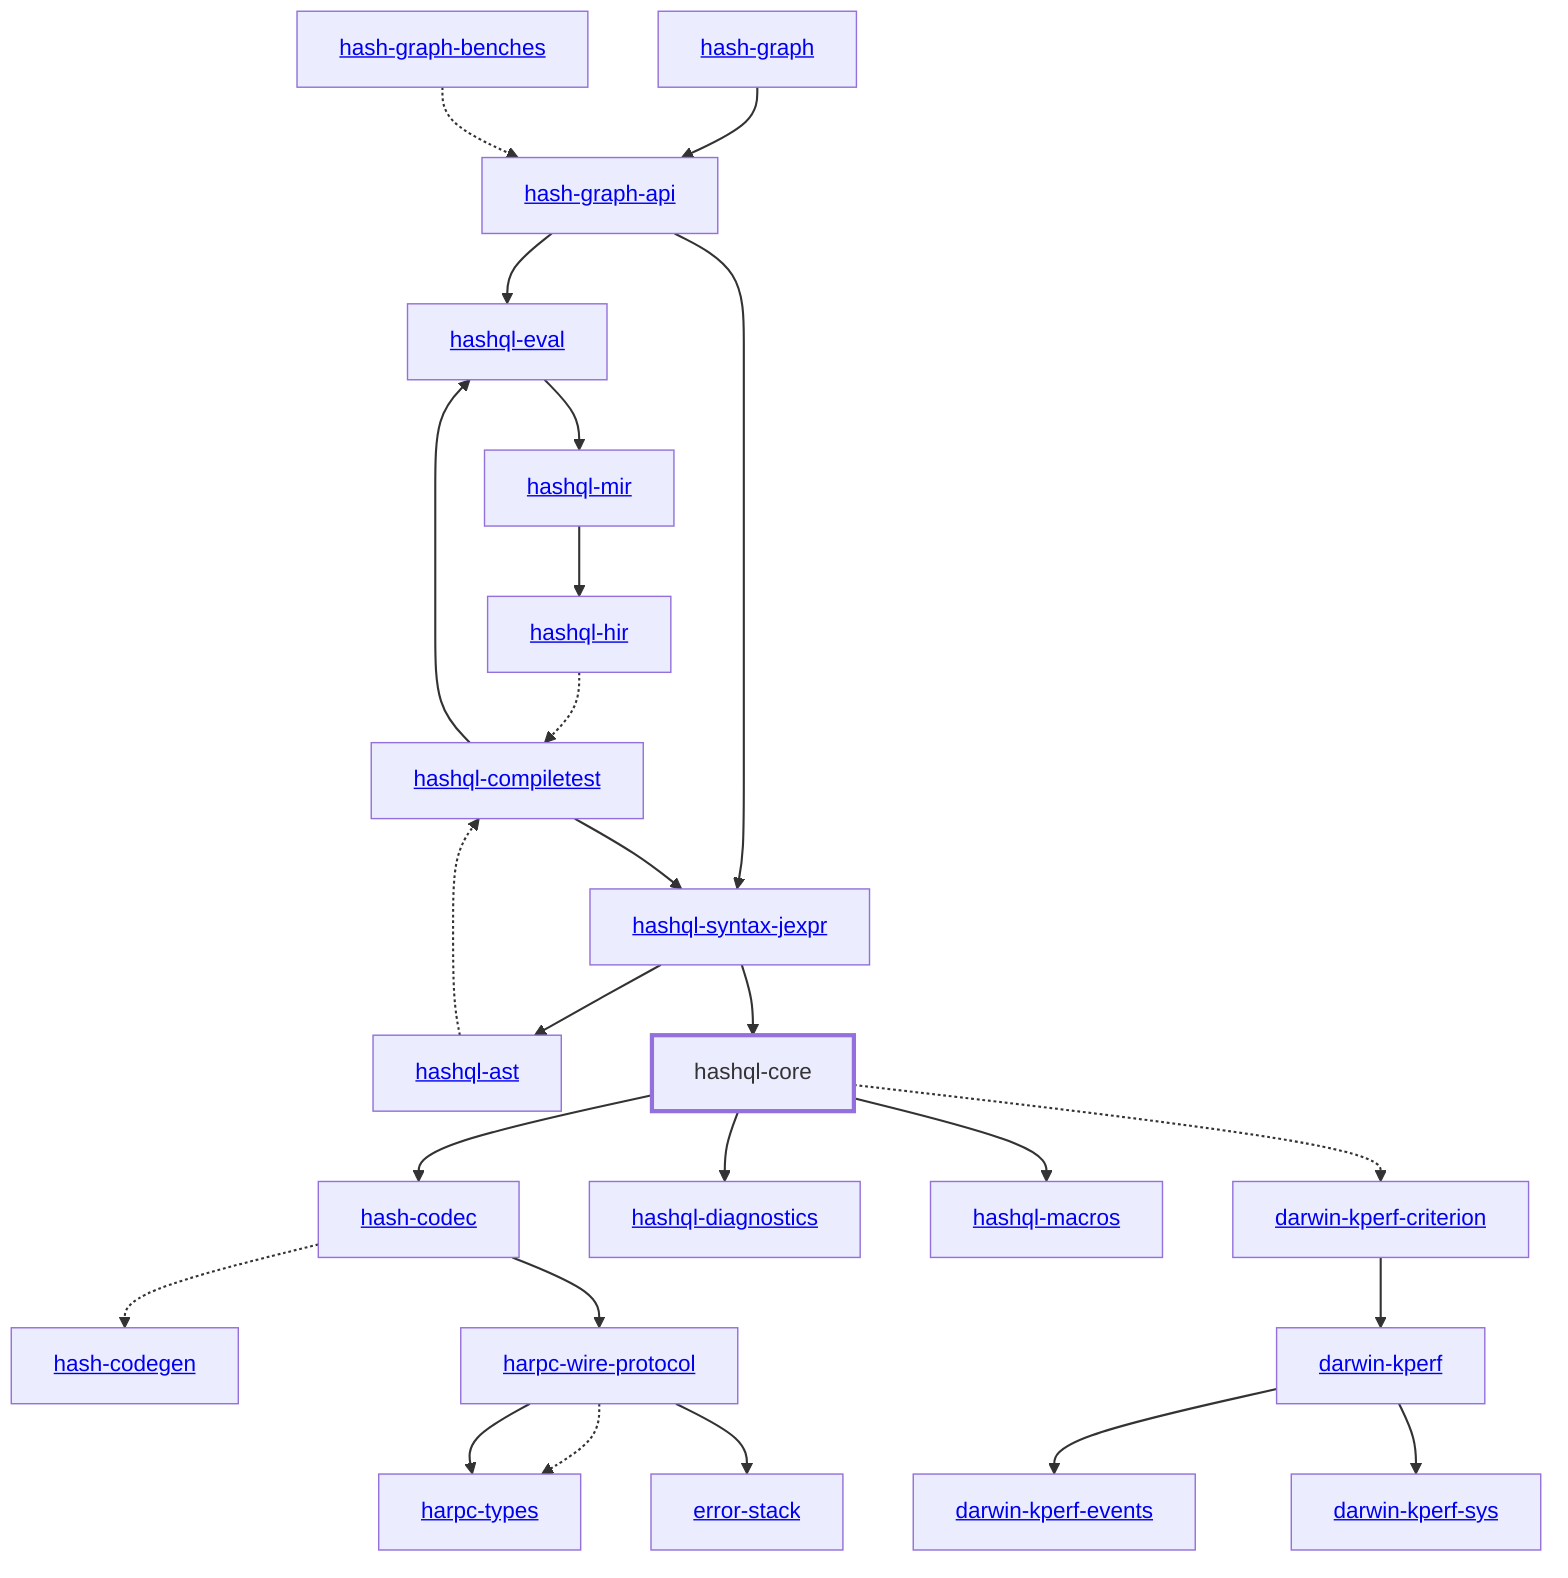
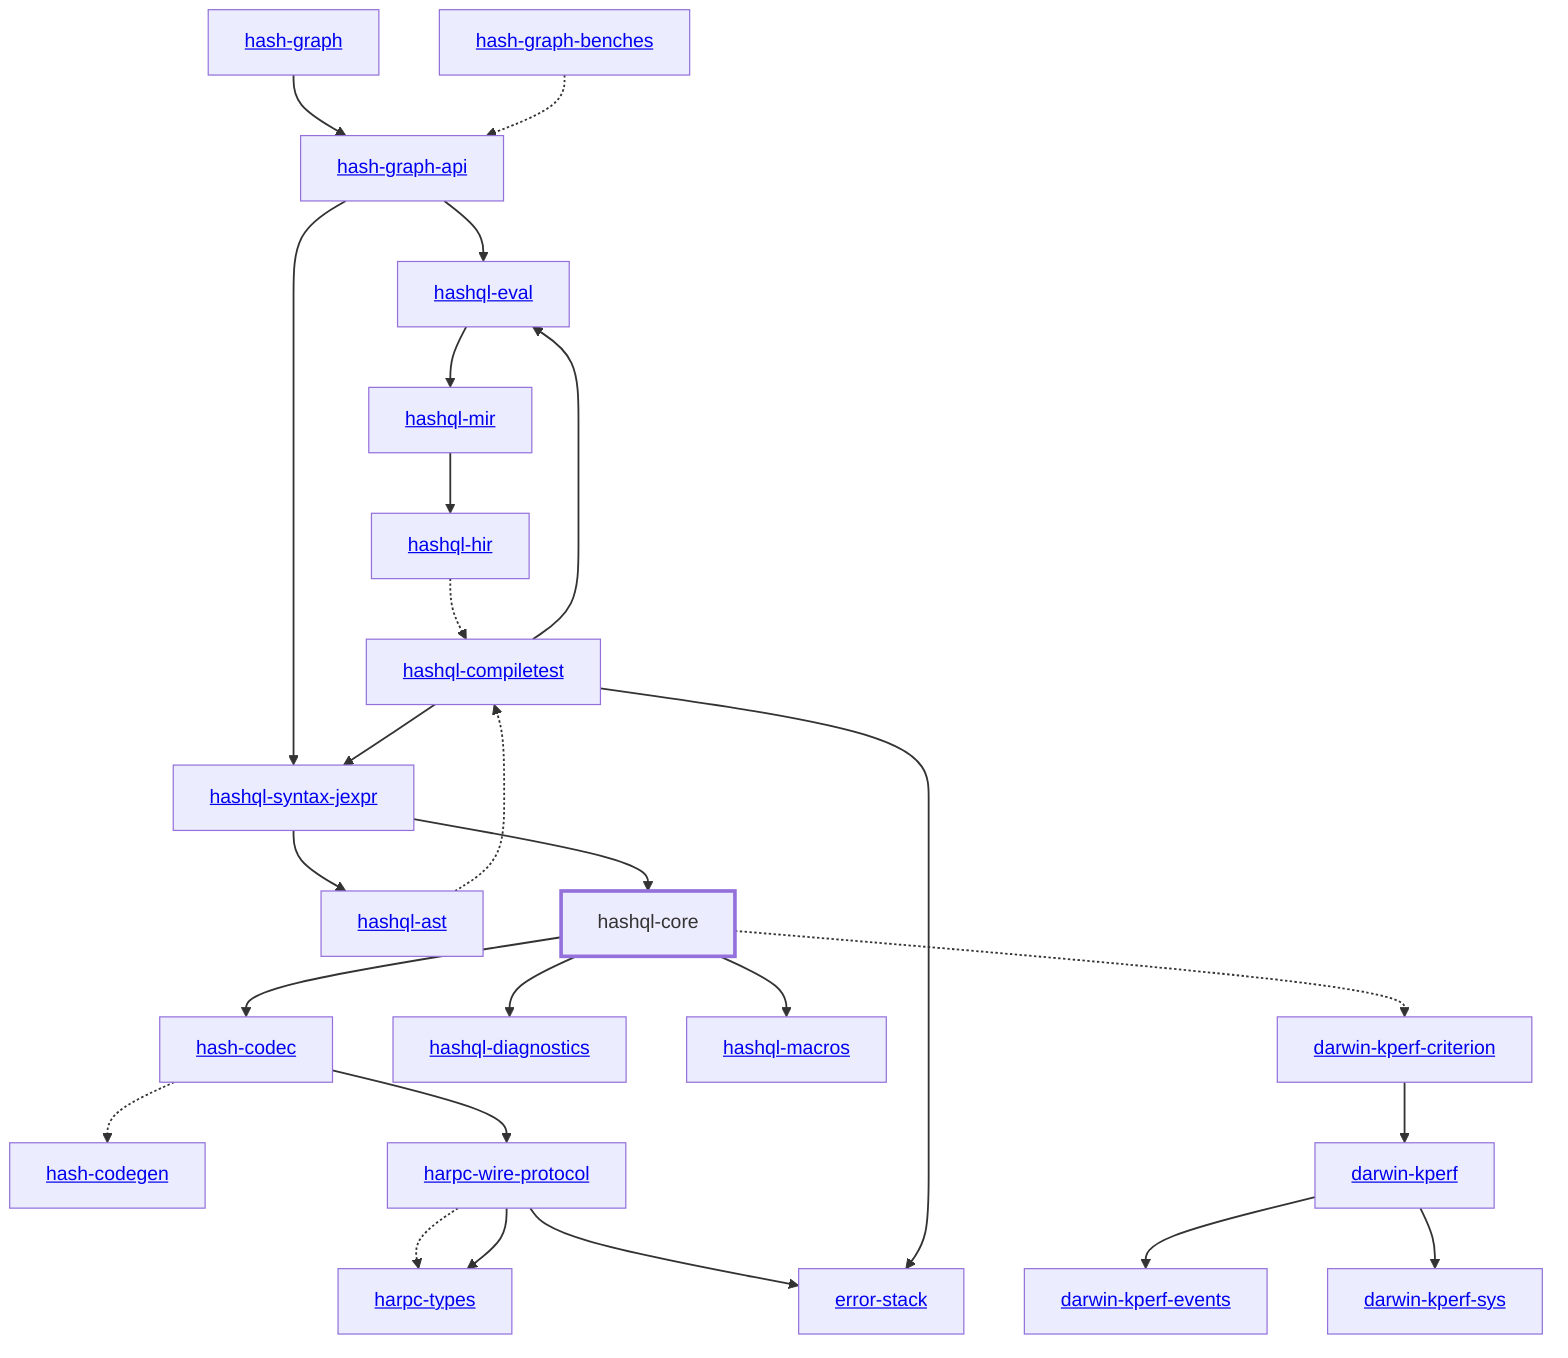
graph TD
    linkStyle default stroke-width:1.5px
    classDef default stroke-width:1px
    classDef root stroke-width:3px
    classDef dev stroke-width:1px
    classDef build stroke-width:1px
    %% Legend
    %% --> : Normal dependency
    %% -.-> : Dev dependency
    %% ---> : Build dependency
    0[<a href="../hash_graph/index.html">hash-graph</a>]
    1[<a href="../hash_codec/index.html">hash-codec</a>]
    2[<a href="../hash_codegen/index.html">hash-codegen</a>]
    3[<a href="../hash_graph_api/index.html">hash-graph-api</a>]
    4[<a href="../harpc_types/index.html">harpc-types</a>]
    5[<a href="../harpc_wire_protocol/index.html">harpc-wire-protocol</a>]
    6[<a href="../hashql_ast/index.html">hashql-ast</a>]
    7[<a href="../hashql_compiletest/index.html">hashql-compiletest</a>]
    8[hashql-core]
    class 8 root
    9[<a href="../hashql_diagnostics/index.html">hashql-diagnostics</a>]
    10[<a href="../hashql_eval/index.html">hashql-eval</a>]
    11[<a href="../hashql_hir/index.html">hashql-hir</a>]
    12[<a href="../hashql_macros/index.html">hashql-macros</a>]
    13[<a href="../hashql_mir/index.html">hashql-mir</a>]
    14[<a href="../hashql_syntax_jexpr/index.html">hashql-syntax-jexpr</a>]
    15[<a href="../darwin_kperf/index.html">darwin-kperf</a>]
    16[<a href="../darwin_kperf_criterion/index.html">darwin-kperf-criterion</a>]
    17[<a href="../darwin_kperf_events/index.html">darwin-kperf-events</a>]
    18[<a href="../darwin_kperf_sys/index.html">darwin-kperf-sys</a>]
    19[<a href="../error_stack/index.html">error-stack</a>]
    20[<a href="../hash_graph_benches/index.html">hash-graph-benches</a>]
    0 --> 3
    1 -.-> 2
    1 --> 5
    3 --> 10
    3 --> 14
    5 -.-> 4
    5 --> 4
    5 --> 19
    6 -.-> 7
    7 --> 10
    7 --> 14
+     7 --> 19
    8 --> 1
    8 --> 9
    8 --> 12
    8 -.-> 16
    10 --> 13
    11 -.-> 7
    13 --> 11
    14 --> 6
    14 --> 8
    15 --> 17
    15 --> 18
    16 --> 15
    20 -.-> 3
